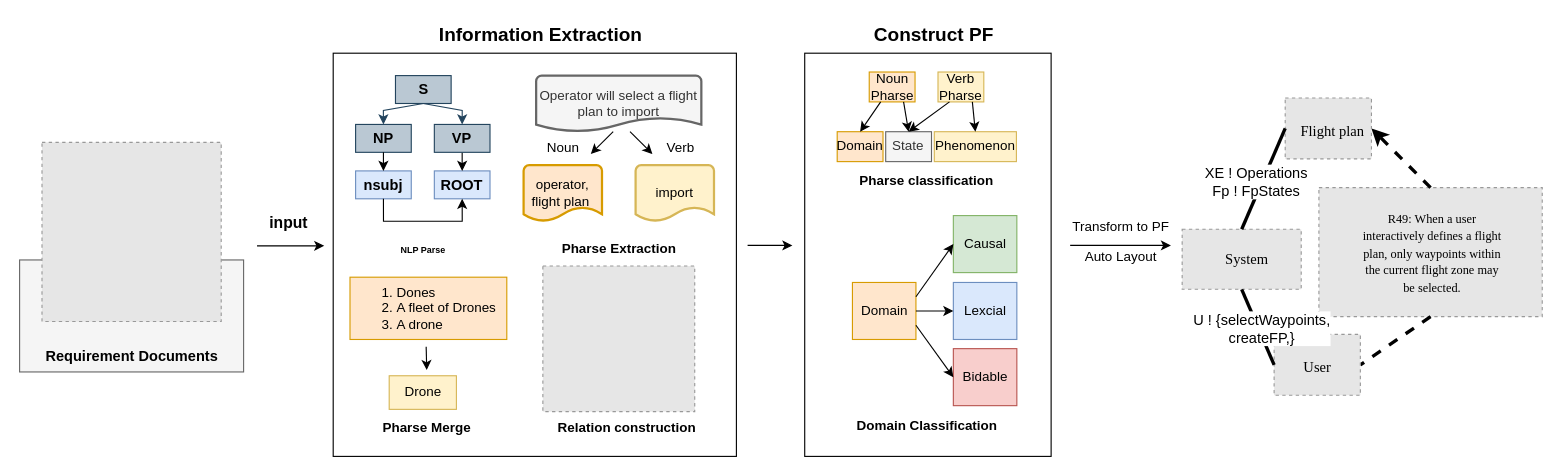
Above: 技术路线.drawio in chenxuansoeasy/pfvue (draw.io), before the change. Source tidied: cells renumbered, new cells numbered last; positions are measured from the earlier drawing's top-left corner, leaving out a move shared by most shapes. Both pictures are drawn from the tidied source at 112%, with x=0, y=0 at pixel (19, 19). Pictures stored in the file or linked from it are replaced by grey dashed boxes.
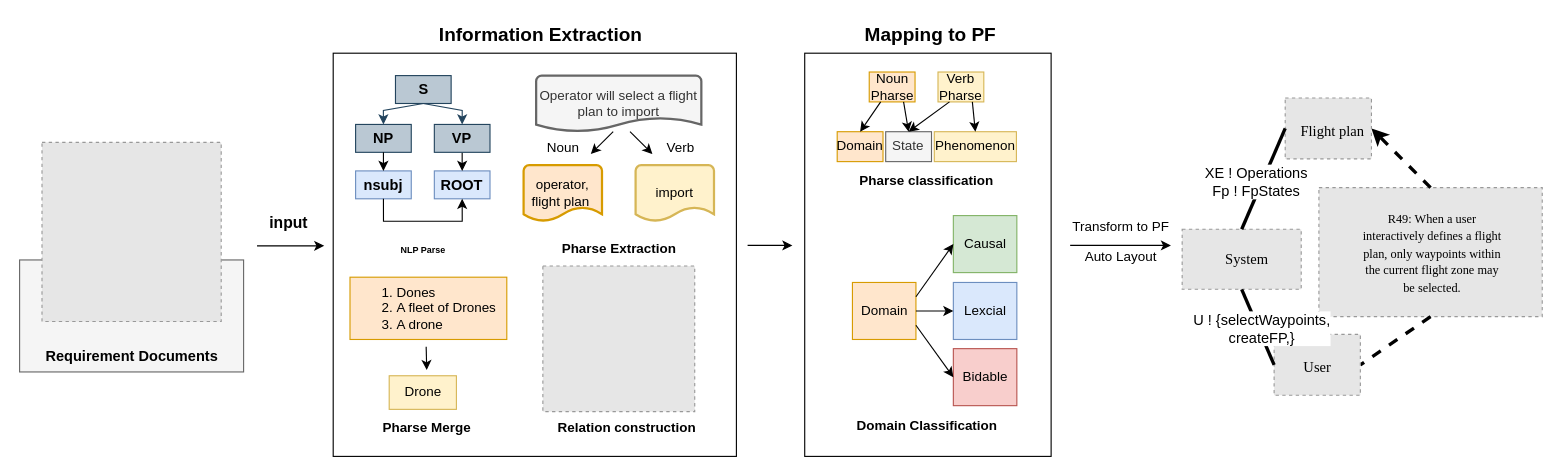
The same page after the edit.

Commit message (it also covers changes not shown here):
更新技术路线.drawio

Unchanged cells that the change refers to:
```xml
<mxCell id="52" style="group;" parent="1" vertex="1">
  <mxGeometry x="690" width="260" height="370" as="geometry" />
</mxCell>
```

What changed in the source:
```diff
@@
-    <mxCell id="53" value="&lt;b style=&quot;font-size: 17px;&quot;&gt;&lt;font style=&quot;font-size: 17px;&quot;&gt;Construct PF&lt;/font&gt;&lt;/b&gt;" style="text;html=1;align=center;verticalAlign=middle;strokeColor=none;fillColor=none;fontSize=17;" parent="52" vertex="1">
-      <mxGeometry x="61.4" width="130" height="30" as="geometry" />
+    <mxCell id="53" value="&lt;b style=&quot;font-size: 17px;&quot;&gt;&lt;font style=&quot;font-size: 17px;&quot;&gt;Mapping to PF&lt;/font&gt;&lt;/b&gt;" style="text;html=1;align=center;verticalAlign=middle;strokeColor=none;fillColor=none;fontSize=17;" parent="52" vertex="1">
+      <mxGeometry x="53.4" width="140" height="30" as="geometry" />
     </mxCell>
```
